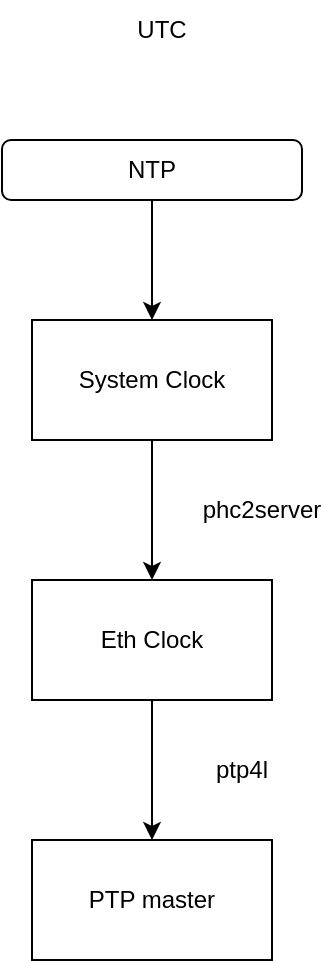
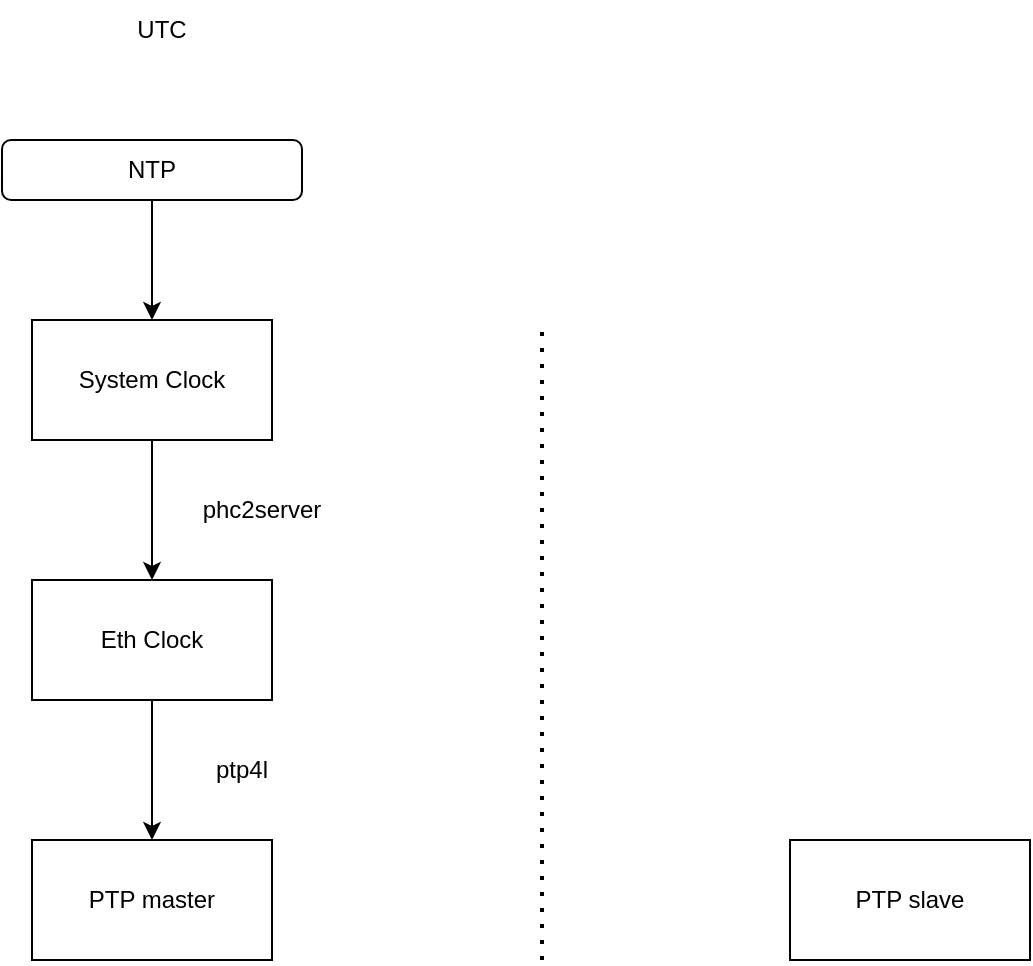
<mxfile host="app.diagrams.net" agent="Mozilla/5.0 (Windows NT 10.0; Win64; x64) AppleWebKit/537.36 (KHTML, like Gecko) Chrome/148.0.0.0 Safari/537.36">
  <diagram name="第 1 页" id="xi5zx8poPBdEaGlYp24N">
    <mxGraphModel dx="930" dy="494" grid="1" gridSize="10" guides="1" tooltips="1" connect="1" arrows="1" fold="1" page="1" pageScale="1" pageWidth="827" pageHeight="1169" math="0" shadow="0">
      <root>
        <mxCell id="0" />
        <mxCell id="1" parent="0" />
        <mxCell id="9tWx0qsMY7gKmuM-r2hu-1" edge="1" parent="1" source="473n1farRfXXC9yVkO81-1" style="edgeStyle=orthogonalEdgeStyle;rounded=0;orthogonalLoop=1;jettySize=auto;html=1;" target="473n1farRfXXC9yVkO81-7" value="">
          <mxGeometry relative="1" as="geometry" />
        </mxCell>
        <mxCell id="473n1farRfXXC9yVkO81-1" parent="1" style="rounded=1;whiteSpace=wrap;html=1;" value="NTP" vertex="1">
          <mxGeometry height="30" width="150" x="20" y="140" as="geometry" />
        </mxCell>
        <mxCell id="473n1farRfXXC9yVkO81-6" parent="1" style="text;html=1;whiteSpace=wrap;strokeColor=none;fillColor=none;align=center;verticalAlign=middle;rounded=0;" value="UTC" vertex="1">
          <mxGeometry height="30" width="60" x="70" y="70" as="geometry" />
        </mxCell>
        <mxCell id="9tWx0qsMY7gKmuM-r2hu-3" edge="1" parent="1" source="473n1farRfXXC9yVkO81-7" style="edgeStyle=orthogonalEdgeStyle;rounded=0;orthogonalLoop=1;jettySize=auto;html=1;" target="9tWx0qsMY7gKmuM-r2hu-2" value="">
          <mxGeometry relative="1" as="geometry" />
        </mxCell>
        <mxCell id="473n1farRfXXC9yVkO81-7" parent="1" style="rounded=0;whiteSpace=wrap;html=1;" value="System Clock" vertex="1">
          <mxGeometry height="60" width="120" x="35" y="230" as="geometry" />
        </mxCell>
        <mxCell id="9tWx0qsMY7gKmuM-r2hu-5" edge="1" parent="1" source="9tWx0qsMY7gKmuM-r2hu-2" style="edgeStyle=orthogonalEdgeStyle;rounded=0;orthogonalLoop=1;jettySize=auto;html=1;" target="9tWx0qsMY7gKmuM-r2hu-4" value="">
          <mxGeometry relative="1" as="geometry" />
        </mxCell>
        <mxCell id="9tWx0qsMY7gKmuM-r2hu-2" parent="1" style="rounded=0;whiteSpace=wrap;html=1;" value="Eth Clock" vertex="1">
          <mxGeometry height="60" width="120" x="35" y="360" as="geometry" />
        </mxCell>
        <mxCell id="9tWx0qsMY7gKmuM-r2hu-4" parent="1" style="rounded=0;whiteSpace=wrap;html=1;" value="PTP master" vertex="1">
          <mxGeometry height="60" width="120" x="35" y="490" as="geometry" />
        </mxCell>
        <mxCell id="9tWx0qsMY7gKmuM-r2hu-6" parent="1" style="text;html=1;whiteSpace=wrap;strokeColor=none;fillColor=none;align=center;verticalAlign=middle;rounded=0;" value="phc2server" vertex="1">
          <mxGeometry height="30" width="60" x="120" y="310" as="geometry" />
        </mxCell>
        <mxCell id="9tWx0qsMY7gKmuM-r2hu-7" parent="1" style="text;html=1;whiteSpace=wrap;strokeColor=none;fillColor=none;align=center;verticalAlign=middle;rounded=0;" value="ptp4l" vertex="1">
          <mxGeometry height="30" width="60" x="110" y="440" as="geometry" />
        </mxCell>
+         <mxCell id="9tWx0qsMY7gKmuM-r2hu-8" edge="1" parent="1" style="endArrow=none;dashed=1;html=1;dashPattern=1 3;strokeWidth=2;rounded=0;" value="">
+           <mxGeometry height="50" relative="1" width="50" as="geometry">
+             <mxPoint x="290" y="550" as="sourcePoint" />
+             <mxPoint x="290" y="230" as="targetPoint" />
+           </mxGeometry>
+         </mxCell>
+         <mxCell id="9tWx0qsMY7gKmuM-r2hu-9" parent="1" style="rounded=0;whiteSpace=wrap;html=1;" value="PTP slave" vertex="1">
+           <mxGeometry height="60" width="120" x="414" y="490" as="geometry" />
+         </mxCell>
      </root>
    </mxGraphModel>
  </diagram>
</mxfile>
